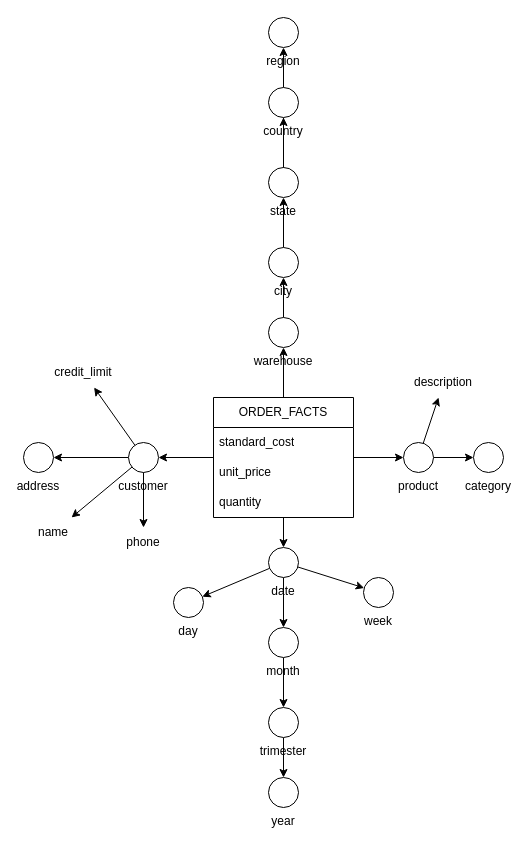
The draw.io diagram page "ORDER_FACTS" (1 of 2) of docs/DFM.drawio in joaobraganca555/GlobalTech_ETL, before the edit. Source tidied: cells renumbered, new cells numbered last; positions are measured from the earlier drawing's top-left corner, leaving out a move shared by most shapes. Both pictures are drawn from the tidied source at 100%, with x=0, y=0 at pixel (23, 17).
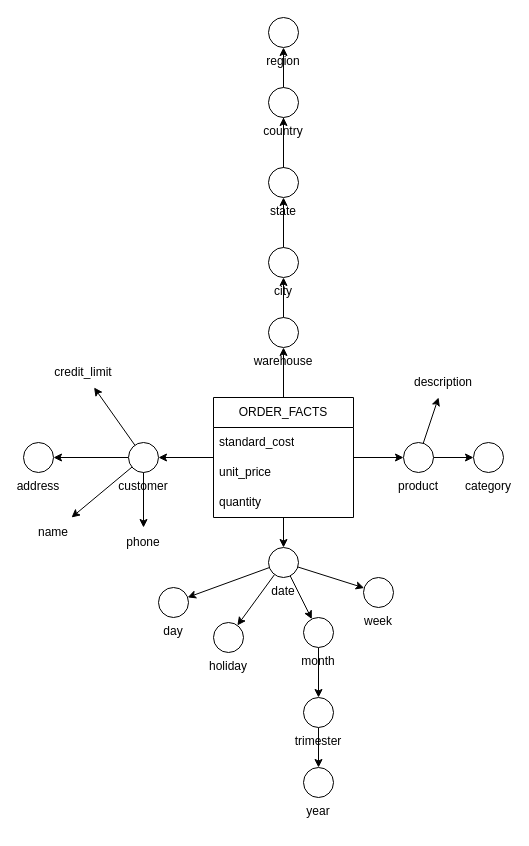
The same page after the edit.

Unchanged cells that the change refers to:
```xml
<mxCell id="37" value="date" style="ellipse;whiteSpace=wrap;html=1;labelPosition=center;verticalLabelPosition=bottom;align=center;verticalAlign=top;" parent="1" vertex="1">
  <mxGeometry x="245" y="530" width="30" height="30" as="geometry" />
</mxCell>
```

The edit, as a diff of the source:
```diff
@@
+    <mxCell id="45" style="edgeStyle=none;html=1;" parent="1" edge="1" source="37" target="46">
+      <mxGeometry relative="1" as="geometry" />
+    </mxCell>
@@
     <mxCell id="38" value="day" style="ellipse;whiteSpace=wrap;html=1;labelPosition=center;verticalLabelPosition=bottom;align=center;verticalAlign=top;" parent="1" vertex="1">
-      <mxGeometry x="150" y="570" width="30" height="30" as="geometry" />
+      <mxGeometry x="135" y="570" width="30" height="30" as="geometry" />
     </mxCell>
@@
     <mxCell id="41" value="month" style="ellipse;whiteSpace=wrap;html=1;labelPosition=center;verticalLabelPosition=bottom;align=center;verticalAlign=top;" parent="1" vertex="1">
-      <mxGeometry x="245" y="610" width="30" height="30" as="geometry" />
+      <mxGeometry x="280" y="600" width="30" height="30" as="geometry" />
     </mxCell>
@@
     <mxCell id="43" value="trimester" style="ellipse;whiteSpace=wrap;html=1;labelPosition=center;verticalLabelPosition=bottom;align=center;verticalAlign=top;" parent="1" vertex="1">
-      <mxGeometry x="245" y="690" width="30" height="30" as="geometry" />
+      <mxGeometry x="280" y="680" width="30" height="30" as="geometry" />
     </mxCell>
     <mxCell id="44" value="year" style="ellipse;whiteSpace=wrap;html=1;labelPosition=center;verticalLabelPosition=bottom;align=center;verticalAlign=top;" parent="1" vertex="1">
-      <mxGeometry x="245" y="760" width="30" height="30" as="geometry" />
+      <mxGeometry x="280" y="750" width="30" height="30" as="geometry" />
     </mxCell>
+    <mxCell id="46" value="holiday" style="ellipse;whiteSpace=wrap;html=1;labelPosition=center;verticalLabelPosition=bottom;align=center;verticalAlign=top;" parent="1" vertex="1">
+      <mxGeometry x="190" y="605" width="30" height="30" as="geometry" />
+    </mxCell>
```
